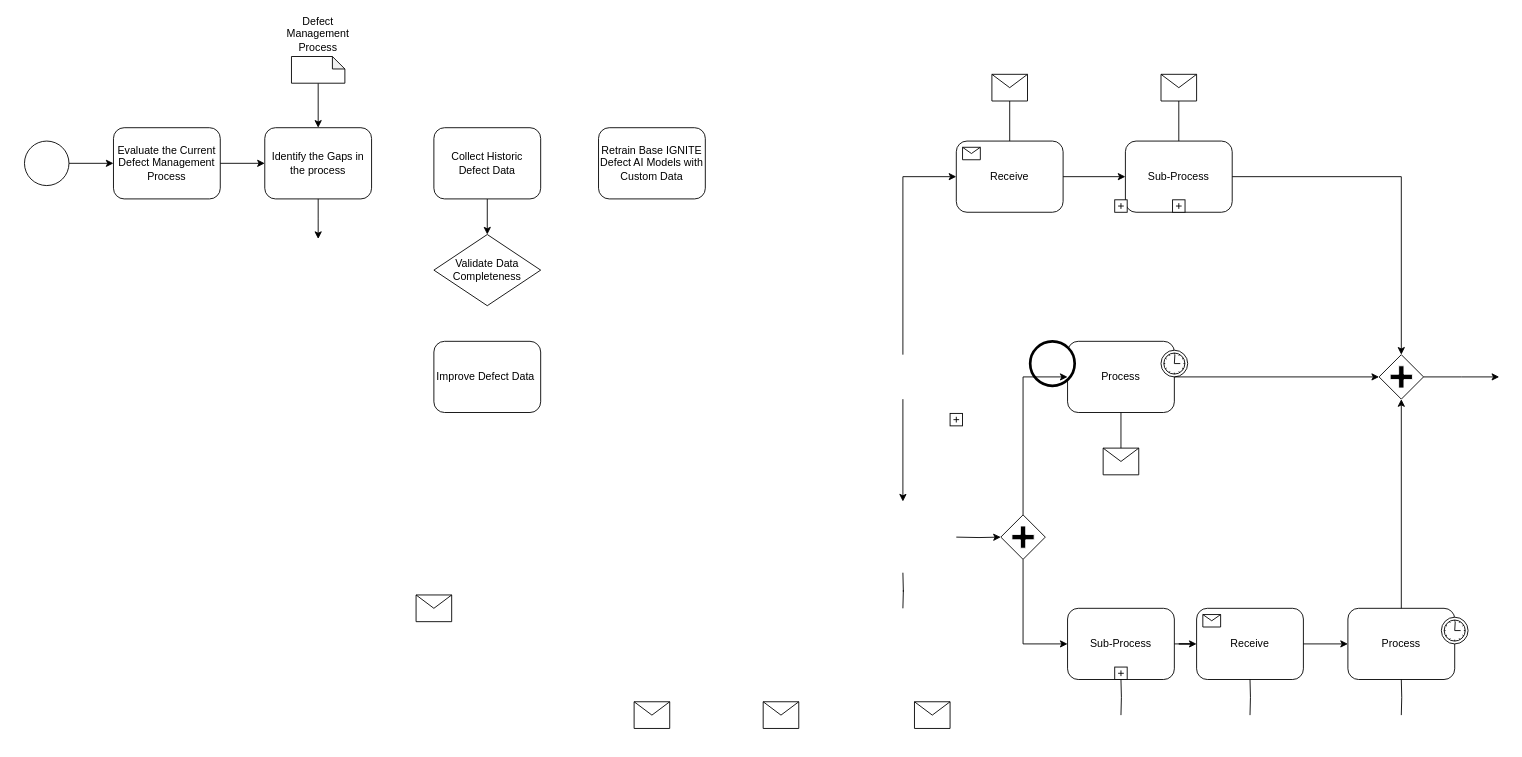
Earlier version of the draw.io diagram Defect Management Delivery Model.drawio (ilanjaya/TestCOE). Source tidied: cells renumbered, new cells numbered last; positions are measured from the earlier drawing's top-left corner, leaving out a move shared by most shapes. Both pictures are drawn from the tidied source at 89%, with x=0, y=0 at pixel (24, 20).
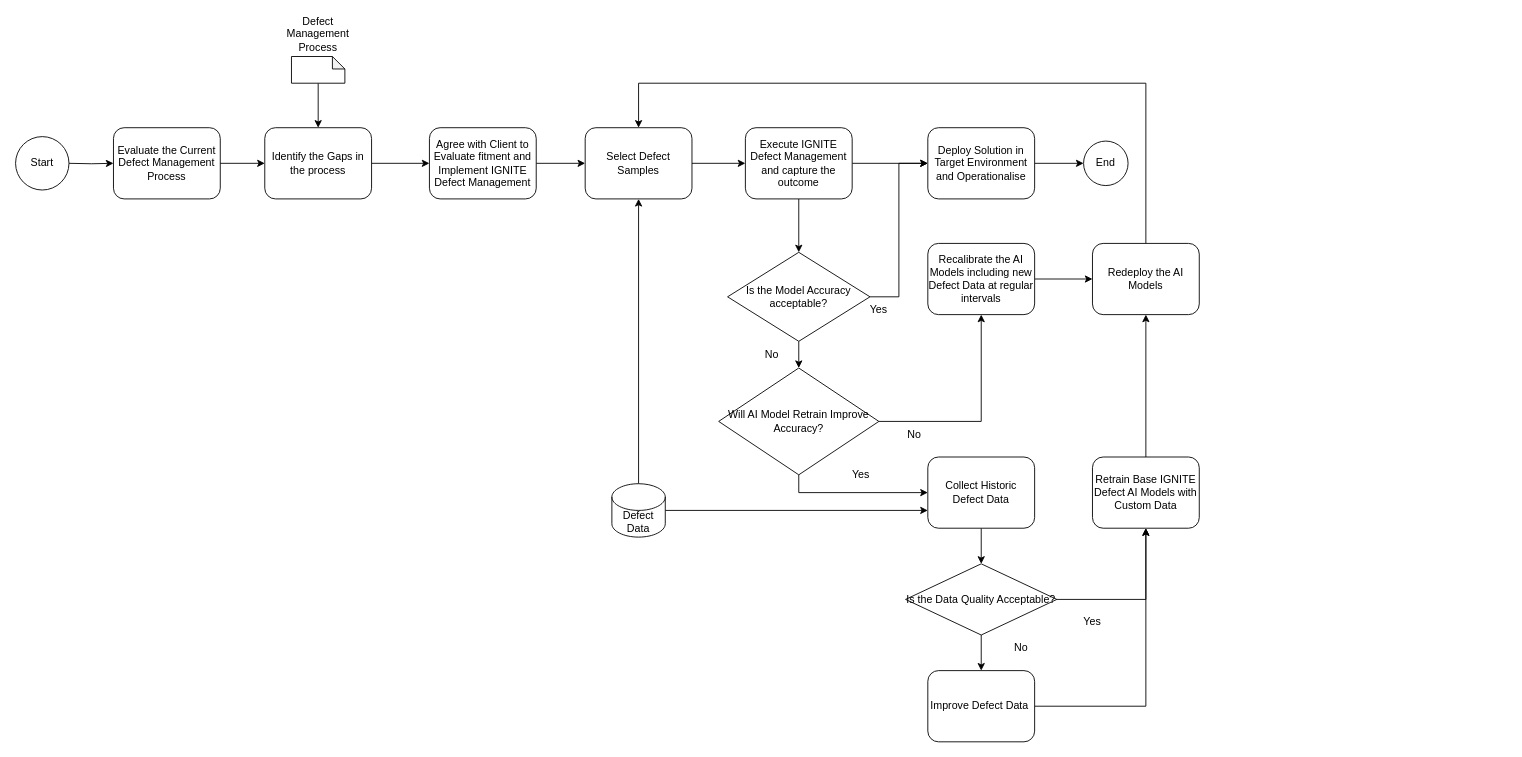
The same page after the edit.

The change refers to these unchanged cells:
```xml
<mxCell id="3" value="Evaluate the Current Defect Management Process" style="shape=ext;rounded=1;html=1;whiteSpace=wrap;" parent="1" vertex="1">
  <mxGeometry x="100" y="120" width="120" height="80" as="geometry" />
</mxCell>
<mxCell id="4" value="Identify the Gaps in the process" style="shape=ext;rounded=1;html=1;whiteSpace=wrap;" parent="1" vertex="1">
  <mxGeometry x="270" y="120" width="120" height="80" as="geometry" />
</mxCell>
```

What changed in the source:
```diff
@@
-    <mxCell id="2" style="shape=mxgraph.bpmn.shape;html=1;verticalLabelPosition=bottom;labelBackgroundColor=#ffffff;verticalAlign=top;perimeter=ellipsePerimeter;outline=standard;symbol=general;" parent="1" vertex="1">
-      <mxGeometry y="135" width="50" height="50" as="geometry" />
-    </mxCell>
@@
+    <mxCell id="59" style="edgeStyle=orthogonalEdgeStyle;rounded=0;jettySize=auto;html=1;exitX=1;exitY=0.5;exitDx=0;exitDy=0;entryX=0;entryY=0.5;entryDx=0;entryDy=0;" parent="1" edge="1" source="4" target="65">
+      <mxGeometry relative="1" as="geometry" />
+    </mxCell>
@@
     <mxCell id="6" value="Collect Historic Defect Data" style="shape=ext;rounded=1;html=1;whiteSpace=wrap;" parent="1" vertex="1">
-      <mxGeometry x="460" y="120" width="120" height="80" as="geometry" />
+      <mxGeometry x="1015" y="490" width="120" height="80" as="geometry" />
     </mxCell>
-    <mxCell id="7" value="Sub-Process" style="html=1;whiteSpace=wrap;rounded=1;" parent="1" vertex="1">
-      <mxGeometry x="1237" y="135" width="120" height="80" as="geometry" />
-    </mxCell>
-    <mxCell id="8" style="html=1;shape=plus;" parent="7" vertex="1">
-      <mxGeometry x="0.5" y="1" width="14" height="14" relative="1" as="geometry">
-        <mxPoint x="-7" y="-14" as="offset" />
-      </mxGeometry>
-    </mxCell>
-    <mxCell id="9" value="Receive" style="html=1;whiteSpace=wrap;rounded=1;" parent="1" vertex="1">
-      <mxGeometry x="1047" y="135" width="120" height="80" as="geometry" />
-    </mxCell>
-    <mxCell id="10" style="html=1;shape=message;" parent="9" vertex="1">
-      <mxGeometry width="20" height="14" relative="1" as="geometry">
-        <mxPoint x="7" y="7" as="offset" />
-      </mxGeometry>
-    </mxCell>
-    <mxCell id="11" value="Process" style="html=1;whiteSpace=wrap;rounded=1;" parent="1" vertex="1">
-      <mxGeometry x="1172" y="360" width="120" height="80" as="geometry" />
-    </mxCell>
-    <mxCell id="12" style="shape=mxgraph.bpmn.timer_start;perimeter=ellipsePerimeter;html=1;labelPosition=right;labelBackgroundColor=#ffffff;align=left;" parent="11" vertex="1">
-      <mxGeometry x="1" width="30" height="30" relative="1" as="geometry">
-        <mxPoint x="-15" y="10" as="offset" />
-      </mxGeometry>
-    </mxCell>
-    <mxCell id="13" value="Process" style="html=1;whiteSpace=wrap;rounded=1;" parent="1" vertex="1">
-      <mxGeometry x="1487" y="660" width="120" height="80" as="geometry" />
-    </mxCell>
-    <mxCell id="14" style="shape=mxgraph.bpmn.timer_start;perimeter=ellipsePerimeter;html=1;labelPosition=right;labelBackgroundColor=#ffffff;align=left;" parent="13" vertex="1">
-      <mxGeometry x="1" width="30" height="30" relative="1" as="geometry">
-        <mxPoint x="-15" y="10" as="offset" />
-      </mxGeometry>
-    </mxCell>
-    <mxCell id="15" value="Receive" style="html=1;whiteSpace=wrap;rounded=1;" parent="1" vertex="1">
-      <mxGeometry x="1317" y="660" width="120" height="80" as="geometry" />
-    </mxCell>
-    <mxCell id="16" style="html=1;shape=message;" parent="15" vertex="1">
-      <mxGeometry width="20" height="14" relative="1" as="geometry">
-        <mxPoint x="7" y="7" as="offset" />
-      </mxGeometry>
-    </mxCell>
-    <mxCell id="17" value="Sub-Process" style="html=1;whiteSpace=wrap;rounded=1;" parent="1" vertex="1">
-      <mxGeometry x="1172" y="660" width="120" height="80" as="geometry" />
-    </mxCell>
-    <mxCell id="18" style="html=1;shape=plus;" parent="17" vertex="1">
-      <mxGeometry x="0.5" y="1" width="14" height="14" relative="1" as="geometry">
-        <mxPoint x="-7" y="-14" as="offset" />
-      </mxGeometry>
-    </mxCell>
-    <mxCell id="19" style="shape=mxgraph.bpmn.shape;html=1;verticalLabelPosition=bottom;labelBackgroundColor=#ffffff;verticalAlign=top;perimeter=rhombusPerimeter;background=gateway;outline=none;symbol=parallelGw;" parent="1" vertex="1">
-      <mxGeometry x="1522" y="375" width="50" height="50" as="geometry" />
-    </mxCell>
-    <mxCell id="20" style="shape=mxgraph.bpmn.shape;html=1;verticalLabelPosition=bottom;labelBackgroundColor=#ffffff;verticalAlign=top;perimeter=ellipsePerimeter;outline=end;symbol=general;" parent="1" vertex="1">
-      <mxGeometry x="1130" y="360" width="50" height="50" as="geometry" />
-    </mxCell>
-    <mxCell id="21" style="shape=message;whiteSpace=wrap;html=1;" parent="1" vertex="1">
-      <mxGeometry x="1087" y="60" width="40" height="30" as="geometry" />
-    </mxCell>
-    <mxCell id="22" style="shape=message;whiteSpace=wrap;html=1;" parent="1" vertex="1">
-      <mxGeometry x="1277" y="60" width="40" height="30" as="geometry" />
-    </mxCell>
+    <mxCell id="60" style="edgeStyle=orthogonalEdgeStyle;rounded=0;jettySize=auto;html=1;exitX=1;exitY=0.5;exitDx=0;exitDy=0;entryX=0.5;entryY=1;entryDx=0;entryDy=0;" parent="1" edge="1" source="23" target="57">
+      <mxGeometry relative="1" as="geometry" />
+    </mxCell>
     <mxCell id="23" value="Improve Defect Data&amp;nbsp;" style="html=1;whiteSpace=wrap;rounded=1;" parent="1" vertex="1">
-      <mxGeometry x="460" y="360" width="120" height="80" as="geometry" />
+      <mxGeometry x="1015" y="730" width="120" height="80" as="geometry" />
     </mxCell>
-    <mxCell id="24" style="html=1;shape=plus;" parent="23" vertex="1">
-      <mxGeometry x="0.5" y="1" width="14" height="14" relative="1" as="geometry">
-        <mxPoint x="520" y="1" as="offset" />
-      </mxGeometry>
-    </mxCell>
-    <mxCell id="25" style="shape=message;whiteSpace=wrap;html=1;" parent="1" vertex="1">
-      <mxGeometry x="440" y="645" width="40" height="30" as="geometry" />
-    </mxCell>
-    <mxCell id="26" style="shape=message;whiteSpace=wrap;html=1;" parent="1" vertex="1">
-      <mxGeometry x="830" y="765" width="40" height="30" as="geometry" />
-    </mxCell>
-    <mxCell id="27" style="shape=message;whiteSpace=wrap;html=1;" parent="1" vertex="1">
-      <mxGeometry x="1000" y="765" width="40" height="30" as="geometry" />
-    </mxCell>
-    <mxCell id="28" style="shape=message;whiteSpace=wrap;html=1;" parent="1" vertex="1">
-      <mxGeometry x="685" y="765" width="40" height="30" as="geometry" />
-    </mxCell>
-    <mxCell id="29" style="shape=message;whiteSpace=wrap;html=1;" parent="1" vertex="1">
-      <mxGeometry x="1212" y="480" width="40" height="30" as="geometry" />
-    </mxCell>
-    <mxCell id="30" style="edgeStyle=orthogonalEdgeStyle;rounded=0;html=1;jettySize=auto;" parent="1" edge="1" source="2" target="3">
-      <mxGeometry relative="1" as="geometry" />
+    <mxCell id="30" style="edgeStyle=orthogonalEdgeStyle;rounded=0;html=1;jettySize=auto;" parent="1" edge="1" target="3">
+      <mxGeometry relative="1" as="geometry">
+        <mxPoint x="50" y="160" as="sourcePoint" />
+      </mxGeometry>
     </mxCell>
@@
-    <mxCell id="32" style="edgeStyle=orthogonalEdgeStyle;rounded=0;html=1;jettySize=auto;" parent="1" edge="1" source="9" target="7">
-      <mxGeometry relative="1" as="geometry" />
-    </mxCell>
-    <mxCell id="33" style="edgeStyle=orthogonalEdgeStyle;rounded=0;html=1;jettySize=auto;endArrow=none;endFill=0;" parent="1" edge="1" source="21" target="9">
-      <mxGeometry relative="1" as="geometry" />
-    </mxCell>
-    <mxCell id="34" style="edgeStyle=orthogonalEdgeStyle;rounded=0;html=1;jettySize=auto;endArrow=none;endFill=0;" parent="1" edge="1" source="22" target="7">
-      <mxGeometry relative="1" as="geometry" />
-    </mxCell>
-    <mxCell id="35" style="edgeStyle=orthogonalEdgeStyle;rounded=0;html=1;jettySize=auto;" parent="1" edge="1" source="7" target="19">
-      <mxGeometry relative="1" as="geometry">
-        <Array as="points">
-          <mxPoint x="1547" y="175" />
-        </Array>
-      </mxGeometry>
-    </mxCell>
-    <mxCell id="36" style="edgeStyle=orthogonalEdgeStyle;rounded=0;html=1;jettySize=auto;" parent="1" edge="1" source="11" target="19">
-      <mxGeometry relative="1" as="geometry" />
-    </mxCell>
-    <mxCell id="37" style="edgeStyle=orthogonalEdgeStyle;rounded=0;html=1;jettySize=auto;" parent="1" edge="1" source="13" target="19">
-      <mxGeometry relative="1" as="geometry" />
-    </mxCell>
-    <mxCell id="38" style="edgeStyle=orthogonalEdgeStyle;rounded=0;html=1;jettySize=auto;" parent="1" edge="1" source="19">
-      <mxGeometry relative="1" as="geometry">
-        <mxPoint x="1657" y="400" as="targetPoint" />
-      </mxGeometry>
-    </mxCell>
-    <mxCell id="39" style="edgeStyle=orthogonalEdgeStyle;rounded=0;html=1;jettySize=auto;" parent="1" edge="1" source="4">
-      <mxGeometry relative="1" as="geometry">
-        <mxPoint x="330" y="245" as="targetPoint" />
-      </mxGeometry>
-    </mxCell>
-    <mxCell id="40" style="edgeStyle=orthogonalEdgeStyle;rounded=0;html=1;jettySize=auto;" parent="1" edge="1" target="9">
-      <mxGeometry relative="1" as="geometry">
-        <mxPoint x="987" y="375" as="sourcePoint" />
-        <Array as="points">
-          <mxPoint x="987" y="175" />
-        </Array>
-      </mxGeometry>
-    </mxCell>
-    <mxCell id="41" style="edgeStyle=orthogonalEdgeStyle;rounded=0;html=1;jettySize=auto;orthogonalLoop=1;" parent="1" edge="1">
-      <mxGeometry relative="1" as="geometry">
-        <mxPoint x="987" y="425" as="sourcePoint" />
-        <mxPoint x="987" y="540" as="targetPoint" />
-      </mxGeometry>
-    </mxCell>
-    <mxCell id="42" style="edgeStyle=orthogonalEdgeStyle;rounded=0;html=1;jettySize=auto;orthogonalLoop=1;endArrow=none;endFill=0;" parent="1" edge="1">
-      <mxGeometry relative="1" as="geometry">
-        <mxPoint x="987" y="660" as="sourcePoint" />
-        <mxPoint x="987" y="620" as="targetPoint" />
-      </mxGeometry>
-    </mxCell>
-    <mxCell id="43" style="shape=mxgraph.bpmn.shape;html=1;verticalLabelPosition=bottom;labelBackgroundColor=#ffffff;verticalAlign=top;perimeter=rhombusPerimeter;background=gateway;outline=none;symbol=parallelGw;" parent="1" vertex="1">
-      <mxGeometry x="1097" y="555" width="50" height="50" as="geometry" />
-    </mxCell>
-    <mxCell id="44" style="edgeStyle=orthogonalEdgeStyle;rounded=0;html=1;jettySize=auto;" parent="1" edge="1" source="43" target="17">
-      <mxGeometry relative="1" as="geometry">
-        <Array as="points">
-          <mxPoint x="1122" y="700" />
-        </Array>
-      </mxGeometry>
-    </mxCell>
-    <mxCell id="45" style="edgeStyle=orthogonalEdgeStyle;rounded=0;html=1;jettySize=auto;" parent="1" edge="1" source="43" target="11">
-      <mxGeometry relative="1" as="geometry">
-        <Array as="points">
-          <mxPoint x="1122" y="400" />
-        </Array>
-      </mxGeometry>
-    </mxCell>
-    <mxCell id="46" style="edgeStyle=orthogonalEdgeStyle;rounded=0;html=1;jettySize=auto;endArrow=none;endFill=0;" parent="1" edge="1" source="29" target="11">
-      <mxGeometry relative="1" as="geometry" />
-    </mxCell>
-    <mxCell id="47" style="edgeStyle=orthogonalEdgeStyle;rounded=0;html=1;jettySize=auto;" parent="1" edge="1" target="43">
-      <mxGeometry relative="1" as="geometry">
-        <mxPoint x="1047" y="580" as="sourcePoint" />
-      </mxGeometry>
-    </mxCell>
-    <mxCell id="48" style="edgeStyle=orthogonalEdgeStyle;rounded=0;html=1;jettySize=auto;" parent="1" edge="1" source="17" target="15">
-      <mxGeometry relative="1" as="geometry" />
-    </mxCell>
-    <mxCell id="49" style="edgeStyle=orthogonalEdgeStyle;rounded=0;html=1;jettySize=auto;endArrow=none;endFill=0;" parent="1" edge="1" target="17">
-      <mxGeometry relative="1" as="geometry">
-        <mxPoint x="1232" y="780" as="sourcePoint" />
-      </mxGeometry>
-    </mxCell>
-    <mxCell id="50" style="edgeStyle=orthogonalEdgeStyle;rounded=0;html=1;jettySize=auto;endArrow=none;endFill=0;" parent="1" edge="1" target="15">
-      <mxGeometry relative="1" as="geometry">
-        <mxPoint x="1377" y="780" as="sourcePoint" />
-      </mxGeometry>
-    </mxCell>
-    <mxCell id="51" style="edgeStyle=orthogonalEdgeStyle;rounded=0;html=1;jettySize=auto;endArrow=none;endFill=0;" parent="1" edge="1" target="13">
-      <mxGeometry relative="1" as="geometry">
-        <mxPoint x="1547" y="780" as="sourcePoint" />
-      </mxGeometry>
-    </mxCell>
-    <mxCell id="52" style="edgeStyle=orthogonalEdgeStyle;rounded=0;html=1;jettySize=auto;" parent="1" edge="1" source="15" target="13">
-      <mxGeometry relative="1" as="geometry" />
-    </mxCell>
@@
+    <mxCell id="61" style="edgeStyle=orthogonalEdgeStyle;rounded=0;jettySize=auto;html=1;exitX=0.5;exitY=1;exitDx=0;exitDy=0;entryX=0.5;entryY=0;entryDx=0;entryDy=0;" parent="1" edge="1" source="54" target="23">
+      <mxGeometry relative="1" as="geometry" />
+    </mxCell>
+    <mxCell id="62" style="edgeStyle=orthogonalEdgeStyle;rounded=0;jettySize=auto;html=1;exitX=1;exitY=0.5;exitDx=0;exitDy=0;entryX=0.5;entryY=1;entryDx=0;entryDy=0;" parent="1" edge="1" source="54" target="57">
+      <mxGeometry relative="1" as="geometry" />
+    </mxCell>
-    <mxCell id="54" value="Validate Data Completeness" style="rhombus;whiteSpace=wrap;html=1;" parent="1" vertex="1">
-      <mxGeometry x="460" y="240" width="120" height="80" as="geometry" />
+    <mxCell id="54" value="Is the Data Quality Acceptable?" style="rhombus;whiteSpace=wrap;html=1;" parent="1" vertex="1">
+      <mxGeometry x="990" y="610" width="170" height="80" as="geometry" />
     </mxCell>
@@
+    <mxCell id="63" style="edgeStyle=orthogonalEdgeStyle;rounded=0;jettySize=auto;html=1;exitX=0.5;exitY=0;exitDx=0;exitDy=0;entryX=0.5;entryY=1;entryDx=0;entryDy=0;" parent="1" edge="1" source="57" target="93">
+      <mxGeometry relative="1" as="geometry" />
+    </mxCell>
     <mxCell id="57" value="Retrain Base IGNITE Defect AI Models with Custom Data" style="html=1;whiteSpace=wrap;rounded=1;" parent="1" vertex="1">
-      <mxGeometry x="645" y="120" width="120" height="80" as="geometry" />
+      <mxGeometry x="1200" y="490" width="120" height="80" as="geometry" />
     </mxCell>
-    <mxCell id="58" style="html=1;shape=plus;" parent="57" vertex="1">
-      <mxGeometry x="0.5" y="1" width="14" height="14" relative="1" as="geometry">
-        <mxPoint x="520" y="1" as="offset" />
-      </mxGeometry>
-    </mxCell>
+    <mxCell id="64" style="edgeStyle=orthogonalEdgeStyle;rounded=0;jettySize=auto;html=1;exitX=1;exitY=0.5;exitDx=0;exitDy=0;entryX=0;entryY=0.5;entryDx=0;entryDy=0;" parent="1" edge="1" source="65" target="67">
+      <mxGeometry relative="1" as="geometry" />
+    </mxCell>
+    <mxCell id="65" value="Agree with Client to Evaluate fitment and Implement IGNITE Defect Management" style="html=1;whiteSpace=wrap;rounded=1;" parent="1" vertex="1">
+      <mxGeometry x="455" y="120" width="120" height="80" as="geometry" />
+    </mxCell>
+    <mxCell id="66" style="edgeStyle=orthogonalEdgeStyle;rounded=0;jettySize=auto;html=1;exitX=1;exitY=0.5;exitDx=0;exitDy=0;entryX=0;entryY=0.5;entryDx=0;entryDy=0;" parent="1" edge="1" source="67" target="70">
+      <mxGeometry relative="1" as="geometry" />
+    </mxCell>
+    <mxCell id="67" value="Select Defect Samples" style="html=1;whiteSpace=wrap;rounded=1;" parent="1" vertex="1">
+      <mxGeometry x="630" y="120" width="120" height="80" as="geometry" />
+    </mxCell>
+    <mxCell id="68" style="edgeStyle=orthogonalEdgeStyle;rounded=0;jettySize=auto;html=1;exitX=0.5;exitY=1;exitDx=0;exitDy=0;entryX=0.5;entryY=0;entryDx=0;entryDy=0;" parent="1" edge="1" source="70" target="73">
+      <mxGeometry relative="1" as="geometry" />
+    </mxCell>
+    <mxCell id="69" style="edgeStyle=orthogonalEdgeStyle;rounded=0;jettySize=auto;html=1;exitX=1;exitY=0.5;exitDx=0;exitDy=0;entryX=0;entryY=0.5;entryDx=0;entryDy=0;" parent="1" edge="1" source="70" target="78">
+      <mxGeometry relative="1" as="geometry" />
+    </mxCell>
+    <mxCell id="70" value="Execute IGNITE Defect Management and capture the outcome" style="html=1;whiteSpace=wrap;rounded=1;" parent="1" vertex="1">
+      <mxGeometry x="810" y="120" width="120" height="80" as="geometry" />
+    </mxCell>
+    <mxCell id="71" style="edgeStyle=orthogonalEdgeStyle;rounded=0;jettySize=auto;html=1;exitX=0.5;exitY=1;exitDx=0;exitDy=0;entryX=0.5;entryY=0;entryDx=0;entryDy=0;" parent="1" edge="1" source="73" target="76">
+      <mxGeometry relative="1" as="geometry" />
+    </mxCell>
+    <mxCell id="72" style="edgeStyle=orthogonalEdgeStyle;rounded=0;jettySize=auto;html=1;exitX=1;exitY=0.5;exitDx=0;exitDy=0;entryX=0;entryY=0.5;entryDx=0;entryDy=0;" parent="1" edge="1" source="73" target="78">
+      <mxGeometry relative="1" as="geometry" />
+    </mxCell>
+    <mxCell id="73" value="Is the Model Accuracy acceptable?" style="rhombus;whiteSpace=wrap;html=1;align=center;" parent="1" vertex="1">
+      <mxGeometry x="790" y="260" width="160" height="100" as="geometry" />
+    </mxCell>
+    <mxCell id="74" style="edgeStyle=orthogonalEdgeStyle;rounded=0;jettySize=auto;html=1;exitX=1;exitY=0.5;exitDx=0;exitDy=0;entryX=0.5;entryY=1;entryDx=0;entryDy=0;" parent="1" edge="1" source="76" target="80">
+      <mxGeometry relative="1" as="geometry" />
+    </mxCell>
+    <mxCell id="75" style="edgeStyle=orthogonalEdgeStyle;rounded=0;jettySize=auto;html=1;exitX=0.5;exitY=1;exitDx=0;exitDy=0;entryX=0;entryY=0.5;entryDx=0;entryDy=0;" parent="1" edge="1" source="76" target="6">
+      <mxGeometry relative="1" as="geometry" />
+    </mxCell>
+    <mxCell id="76" value="Will AI Model Retrain Improve Accuracy?" style="rhombus;whiteSpace=wrap;html=1;" parent="1" vertex="1">
+      <mxGeometry x="780" y="390" width="180" height="120" as="geometry" />
+    </mxCell>
+    <mxCell id="77" style="edgeStyle=orthogonalEdgeStyle;rounded=0;jettySize=auto;html=1;exitX=1;exitY=0.5;exitDx=0;exitDy=0;entryX=0;entryY=0.5;entryDx=0;entryDy=0;" parent="1" edge="1" source="78" target="81">
+      <mxGeometry relative="1" as="geometry" />
+    </mxCell>
+    <mxCell id="78" value="Deploy Solution in Target Environment and Operationalise" style="html=1;whiteSpace=wrap;rounded=1;" parent="1" vertex="1">
+      <mxGeometry x="1015" y="120" width="120" height="80" as="geometry" />
+    </mxCell>
+    <mxCell id="79" style="edgeStyle=orthogonalEdgeStyle;rounded=0;jettySize=auto;html=1;exitX=1;exitY=0.5;exitDx=0;exitDy=0;entryX=0;entryY=0.5;entryDx=0;entryDy=0;" parent="1" edge="1" source="80" target="93">
+      <mxGeometry relative="1" as="geometry" />
+    </mxCell>
+    <mxCell id="80" value="Recalibrate the AI Models including new Defect Data at regular intervals" style="html=1;whiteSpace=wrap;rounded=1;" parent="1" vertex="1">
+      <mxGeometry x="1015" y="250" width="120" height="80" as="geometry" />
+    </mxCell>
+    <mxCell id="81" value="End" style="ellipse;whiteSpace=wrap;html=1;" parent="1" vertex="1">
+      <mxGeometry x="1190" y="135" width="50" height="50" as="geometry" />
+    </mxCell>
+    <mxCell id="82" value="Start" style="ellipse;whiteSpace=wrap;html=1;" parent="1" vertex="1">
+      <mxGeometry x="-10" y="130" width="60" height="60" as="geometry" />
+    </mxCell>
+    <mxCell id="83" style="edgeStyle=orthogonalEdgeStyle;rounded=0;jettySize=auto;html=1;exitX=0.5;exitY=0;exitDx=0;exitDy=0;exitPerimeter=0;entryX=0.5;entryY=1;entryDx=0;entryDy=0;" parent="1" edge="1" source="85" target="67">
+      <mxGeometry relative="1" as="geometry" />
+    </mxCell>
+    <mxCell id="84" style="edgeStyle=orthogonalEdgeStyle;rounded=0;jettySize=auto;html=1;exitX=1;exitY=0.5;exitDx=0;exitDy=0;exitPerimeter=0;entryX=0;entryY=0.75;entryDx=0;entryDy=0;" parent="1" edge="1" source="85" target="6">
+      <mxGeometry relative="1" as="geometry" />
+    </mxCell>
+    <mxCell id="85" value="Defect Data" style="shape=cylinder3;whiteSpace=wrap;html=1;boundedLbl=1;backgroundOutline=1;size=15;" parent="1" vertex="1">
+      <mxGeometry x="660" y="520" width="60" height="60" as="geometry" />
+    </mxCell>
+    <mxCell id="86" value="Yes" style="text;html=1;strokeColor=none;fillColor=none;align=center;verticalAlign=middle;whiteSpace=wrap;rounded=0;" parent="1" vertex="1">
+      <mxGeometry x="930" y="310" width="60" height="30" as="geometry" />
+    </mxCell>
+    <mxCell id="87" value="Yes" style="text;html=1;strokeColor=none;fillColor=none;align=center;verticalAlign=middle;whiteSpace=wrap;rounded=0;" parent="1" vertex="1">
+      <mxGeometry x="910" y="495" width="60" height="30" as="geometry" />
+    </mxCell>
+    <mxCell id="88" value="Yes" style="text;html=1;strokeColor=none;fillColor=none;align=center;verticalAlign=middle;whiteSpace=wrap;rounded=0;" parent="1" vertex="1">
+      <mxGeometry x="1170" y="660" width="60" height="30" as="geometry" />
+    </mxCell>
+    <mxCell id="89" value="No" style="text;html=1;strokeColor=none;fillColor=none;align=center;verticalAlign=middle;whiteSpace=wrap;rounded=0;" parent="1" vertex="1">
+      <mxGeometry x="810" y="360" width="60" height="30" as="geometry" />
+    </mxCell>
+    <mxCell id="90" value="No" style="text;html=1;strokeColor=none;fillColor=none;align=center;verticalAlign=middle;whiteSpace=wrap;rounded=0;" parent="1" vertex="1">
+      <mxGeometry x="970" y="450" width="60" height="30" as="geometry" />
+    </mxCell>
+    <mxCell id="91" value="No" style="text;html=1;strokeColor=none;fillColor=none;align=center;verticalAlign=middle;whiteSpace=wrap;rounded=0;" parent="1" vertex="1">
+      <mxGeometry x="1090" y="690" width="60" height="30" as="geometry" />
+    </mxCell>
+    <mxCell id="92" style="edgeStyle=orthogonalEdgeStyle;rounded=0;jettySize=auto;html=1;exitX=0.5;exitY=0;exitDx=0;exitDy=0;entryX=0.5;entryY=0;entryDx=0;entryDy=0;" parent="1" edge="1" source="93" target="67">
+      <mxGeometry relative="1" as="geometry">
+        <Array as="points">
+          <mxPoint x="1260" y="70" />
+          <mxPoint x="690" y="70" />
+        </Array>
+      </mxGeometry>
+    </mxCell>
+    <mxCell id="93" value="Redeploy the AI Models" style="html=1;whiteSpace=wrap;rounded=1;" parent="1" vertex="1">
+      <mxGeometry x="1200" y="250" width="120" height="80" as="geometry" />
+    </mxCell>
```
